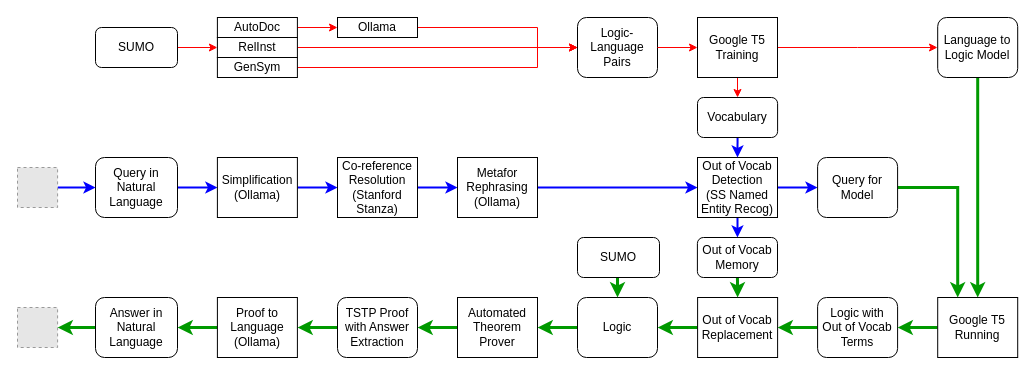
Earlier version of the draw.io diagram Architecture.drawio (GeoffsPapers/SUMO-NLP-LLM). Source tidied: cells renumbered, new cells numbered last; positions are measured from the earlier drawing's top-left corner, leaving out a move shared by most shapes. Both pictures are drawn from the tidied source at 100%, with x=0, y=0 at pixel (17, 17). Pictures stored in the file or linked from it are replaced by grey dashed boxes.
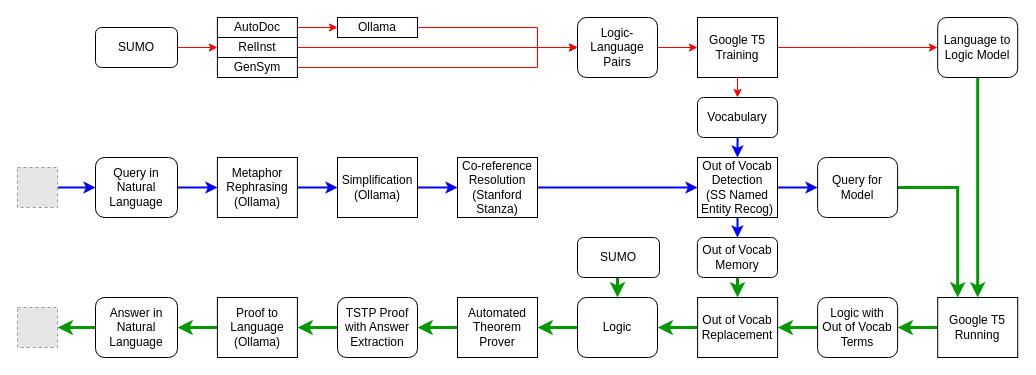
The same page after the edit.

Unchanged cells that the change refers to:
```xml
<mxCell id="3" value="&lt;div&gt;Query in&lt;/div&gt;&lt;div&gt;Natural Language&lt;/div&gt;" style="rounded=1;whiteSpace=wrap;html=1;fontSize=12;glass=0;strokeWidth=1;shadow=0;align=center;" parent="1" vertex="1">
  <mxGeometry x="78" y="140" width="82" height="60" as="geometry" />
</mxCell>
<mxCell id="15" value="&lt;div&gt;Out of Vocab&lt;/div&gt;&lt;div&gt;Detection&lt;/div&gt;&lt;div&gt;(SS Named&lt;/div&gt;&lt;div&gt;Entity Recog)&lt;/div&gt;" style="rounded=0;whiteSpace=wrap;html=1;fontSize=12;glass=0;strokeWidth=1;shadow=0;" parent="1" vertex="1">
  <mxGeometry x="680" y="140" width="80" height="60" as="geometry" />
</mxCell>
```

Diff of the diagram source:
```diff
@@
-    <mxCell id="2" style="edgeStyle=orthogonalEdgeStyle;rounded=0;jettySize=auto;html=1;exitX=1;exitY=0.5;exitDx=0;exitDy=0;entryX=0;entryY=0.5;entryDx=0;entryDy=0;strokeColor=#0000FF;strokeWidth=2;" parent="1" edge="1" source="3" target="5">
+    <mxCell id="2" style="edgeStyle=orthogonalEdgeStyle;rounded=0;jettySize=auto;html=1;exitX=1;exitY=0.5;exitDx=0;exitDy=0;entryX=0;entryY=0.5;entryDx=0;entryDy=0;strokeColor=#0000FF;strokeWidth=2;" parent="1" edge="1" source="12" target="5">
       <mxGeometry relative="1" as="geometry" />
     </mxCell>
@@
     <mxCell id="5" value="Simplification&lt;div&gt;(Ollama)&lt;/div&gt;" style="rounded=0;whiteSpace=wrap;html=1;fontSize=12;glass=0;strokeWidth=1;shadow=0;" parent="1" vertex="1">
-      <mxGeometry x="199.9" y="140" width="80" height="60" as="geometry" />
+      <mxGeometry x="320" y="140" width="80" height="60" as="geometry" />
     </mxCell>
@@
-    <mxCell id="9" style="edgeStyle=orthogonalEdgeStyle;rounded=0;jettySize=auto;html=1;exitX=1;exitY=0.5;exitDx=0;exitDy=0;entryX=0;entryY=0.5;entryDx=0;entryDy=0;strokeColor=#0000FF;strokeWidth=2;" parent="1" edge="1" source="10" target="12">
-      <mxGeometry relative="1" as="geometry" />
-    </mxCell>
+    <mxCell id="57" style="edgeStyle=orthogonalEdgeStyle;rounded=0;jettySize=auto;html=1;exitX=1;exitY=0.5;exitDx=0;exitDy=0;entryX=0;entryY=0.5;entryDx=0;entryDy=0;strokeWidth=2;strokeColor=#0000FF;" parent="1" edge="1" source="10" target="15">
+      <mxGeometry relative="1" as="geometry" />
+    </mxCell>
     <mxCell id="10" value="&lt;div&gt;Co-reference&lt;/div&gt;&lt;div&gt;Resolution&lt;/div&gt;&lt;div&gt;(Stanford Stanza)&lt;/div&gt;" style="rounded=0;whiteSpace=wrap;html=1;fontSize=12;glass=0;strokeWidth=1;shadow=0;" parent="1" vertex="1">
-      <mxGeometry x="320" y="140" width="80" height="60" as="geometry" />
+      <mxGeometry x="440" y="140" width="80" height="60" as="geometry" />
     </mxCell>
-    <mxCell id="11" style="edgeStyle=orthogonalEdgeStyle;rounded=0;jettySize=auto;html=1;exitX=1;exitY=0.5;exitDx=0;exitDy=0;entryX=0;entryY=0.5;entryDx=0;entryDy=0;strokeColor=#0000FF;strokeWidth=2;" parent="1" edge="1" source="12" target="15">
-      <mxGeometry relative="1" as="geometry" />
-    </mxCell>
-    <mxCell id="12" value="&lt;div&gt;Metafor&lt;/div&gt;&lt;div&gt;Rephrasing&lt;/div&gt;&lt;div&gt;(Ollama)&lt;/div&gt;" style="rounded=0;whiteSpace=wrap;html=1;fontSize=12;glass=0;strokeWidth=1;shadow=0;" parent="1" vertex="1">
-      <mxGeometry x="440" y="140" width="80" height="60" as="geometry" />
-    </mxCell>
@@
+    <mxCell id="58" style="edgeStyle=orthogonalEdgeStyle;rounded=0;jettySize=auto;html=1;exitX=1;exitY=0.5;exitDx=0;exitDy=0;entryX=0;entryY=0.5;entryDx=0;entryDy=0;strokeColor=#0000FF;strokeWidth=2;" parent="1" edge="1" source="3" target="12">
+      <mxGeometry relative="1" as="geometry" />
+    </mxCell>
+    <mxCell id="12" value="&lt;div&gt;Metaphor&lt;/div&gt;&lt;div&gt;Rephrasing&lt;/div&gt;&lt;div&gt;(Ollama)&lt;/div&gt;" style="rounded=0;whiteSpace=wrap;html=1;fontSize=12;glass=0;strokeWidth=1;shadow=0;" parent="1" vertex="1">
+      <mxGeometry x="199.9" y="140" width="80" height="60" as="geometry" />
+    </mxCell>
```
